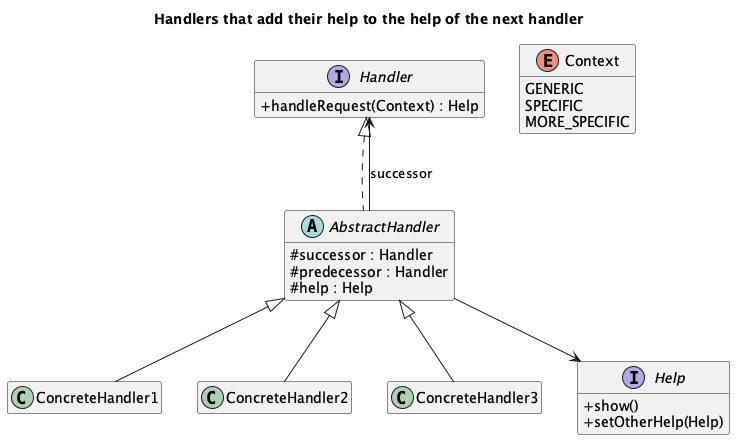
Before: src/main/java/dev/kaldiroglu/dp/behavioral/chainOfResponsibility/pattern/uml/Chain of Responsibility - Help Topics - Class Diagram.png, a diagram exported from PlantUML (kaldiroglu/DesignPatternsWithJava).
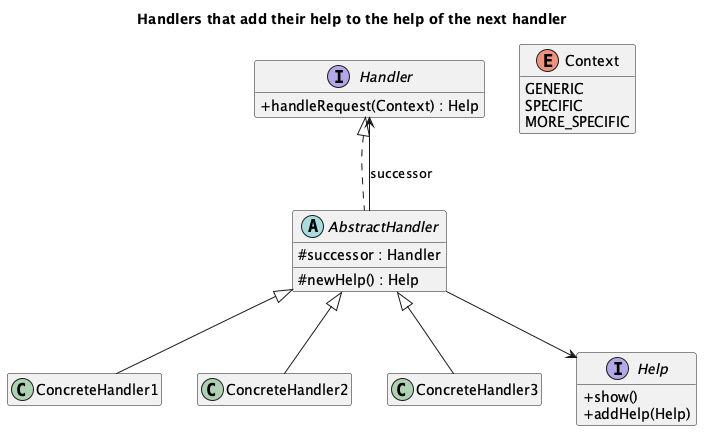
The same diagram one commit later.

The edit, as a diff of the source:
```diff
@@ -7,15 +7,14 @@
 }
 abstract class AbstractHandler {
   # successor : Handler
-  # predecessor : Handler
-  # help : Help
+  # newHelp() : Help
 }
 class ConcreteHandler1
 class ConcreteHandler2
 class ConcreteHandler3
 interface Help {
   + show()
-  + setOtherHelp(Help)
+  + addHelp(Help)
 }
 enum Context {
   GENERIC
```
